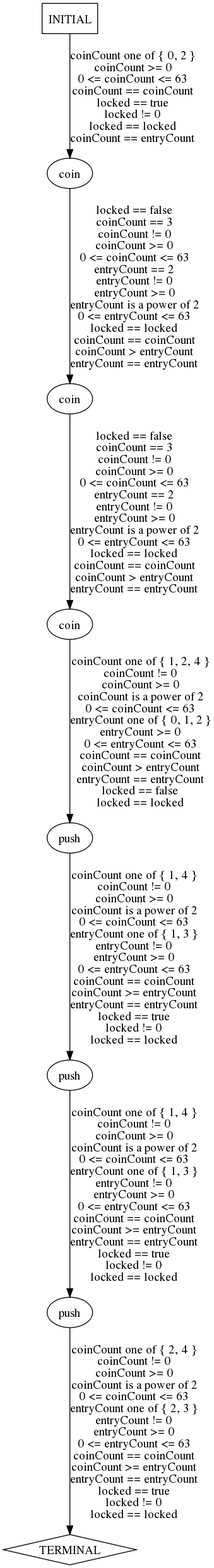
The Graphviz diagram traces/abstract/turnstile-example/predicted-paths/turnstile-example-test16.dot.png in ModelInference/synoptic, before a commit. Its source is kept beside it as traces/abstract/turnstile-example/predicted-paths/turnstile-example-test16.dot.
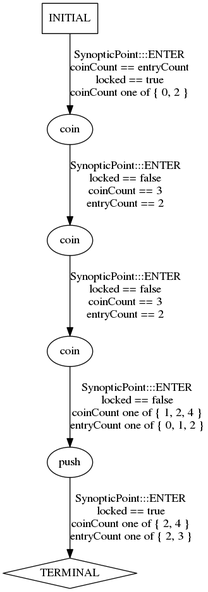
After the change.

Change to the diagram source:
```diff
@@ -3,15 +3,11 @@
   1 [label="coin"];
   2 [label="coin"];
   3 [label="push"];
-  4 [label="push"];
-  5 [label="push"];
-  6 [label="TERMINAL",shape=diamond];
-  7 [label="INITIAL",shape=box];
-0->1 [label="locked == false\ncoinCount == 3\ncoinCount != 0\ncoinCount >= 0\n0 <= coinCount <= 63\nentryCount == 2\nentryCount != 0\nentryCount >= 0\nentryCount is a power of 2\n0 <= entryCount <= 63\nlocked == locked\ncoinCount == coinCount\ncoinCount > entryCount\nentryCount == entryCount",];
-1->2 [label="locked == false\ncoinCount == 3\ncoinCount != 0\ncoinCount >= 0\n0 <= coinCount <= 63\nentryCount == 2\nentryCount != 0\nentryCount >= 0\nentryCount is a power of 2\n0 <= entryCount <= 63\nlocked == locked\ncoinCount == coinCount\ncoinCount > entryCount\nentryCount == entryCount",];
-2->3 [label="coinCount one of { 1, 2, 4 }\ncoinCount != 0\ncoinCount >= 0\ncoinCount is a power of 2\n0 <= coinCount <= 63\nentryCount one of { 0, 1, 2 }\nentryCount >= 0\n0 <= entryCount <= 63\ncoinCount == coinCount\ncoinCount > entryCount\nentryCount == entryCount\nlocked == false\nlocked == locked",];
-3->4 [label="coinCount one of { 1, 4 }\ncoinCount != 0\ncoinCount >= 0\ncoinCount is a power of 2\n0 <= coinCount <= 63\nentryCount one of { 1, 3 }\nentryCount != 0\nentryCount >= 0\n0 <= entryCount <= 63\ncoinCount == coinCount\ncoinCount >= entryCount\nentryCount == entryCount\nlocked == true\nlocked != 0\nlocked == locked",];
-4->5 [label="coinCount one of { 1, 4 }\ncoinCount != 0\ncoinCount >= 0\ncoinCount is a power of 2\n0 <= coinCount <= 63\nentryCount one of { 1, 3 }\nentryCount != 0\nentryCount >= 0\n0 <= entryCount <= 63\ncoinCount == coinCount\ncoinCount >= entryCount\nentryCount == entryCount\nlocked == true\nlocked != 0\nlocked == locked",];
-5->6 [label="coinCount one of { 2, 4 }\ncoinCount != 0\ncoinCount >= 0\ncoinCount is a power of 2\n0 <= coinCount <= 63\nentryCount one of { 2, 3 }\nentryCount != 0\nentryCount >= 0\n0 <= entryCount <= 63\ncoinCount == coinCount\ncoinCount >= entryCount\nentryCount == entryCount\nlocked == true\nlocked != 0\nlocked == locked",];
-7->0 [label="coinCount one of { 0, 2 }\ncoinCount >= 0\n0 <= coinCount <= 63\ncoinCount == coinCount\nlocked == true\nlocked != 0\nlocked == locked\ncoinCount == entryCount",];
+  4 [label="TERMINAL",shape=diamond];
+  5 [label="INITIAL",shape=box];
+0->1 [label="SynopticPoint:::ENTER\nlocked == false\ncoinCount == 3\nentryCount == 2\n",];
+1->2 [label="SynopticPoint:::ENTER\nlocked == false\ncoinCount == 3\nentryCount == 2\n",];
+2->3 [label="SynopticPoint:::ENTER\nlocked == false\ncoinCount one of { 1, 2, 4 }\nentryCount one of { 0, 1, 2 }\n",];
+3->4 [label="SynopticPoint:::ENTER\nlocked == true\ncoinCount one of { 2, 4 }\nentryCount one of { 2, 3 }\n",];
+5->0 [label="SynopticPoint:::ENTER\ncoinCount == entryCount\nlocked == true\ncoinCount one of { 0, 2 }\n",];
 } // digraph {
```
